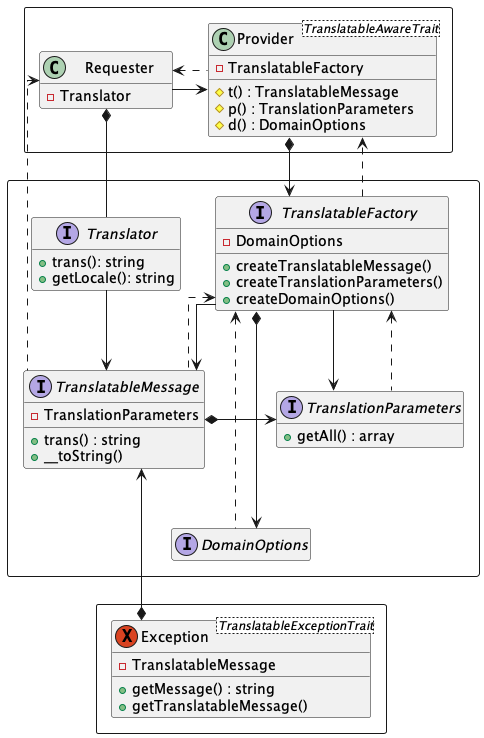
Above: docs/translation/detail.png in php-tuf/composer-stager (PlantUML), before the change. Its source is kept beside it as docs/translation/detail.puml.
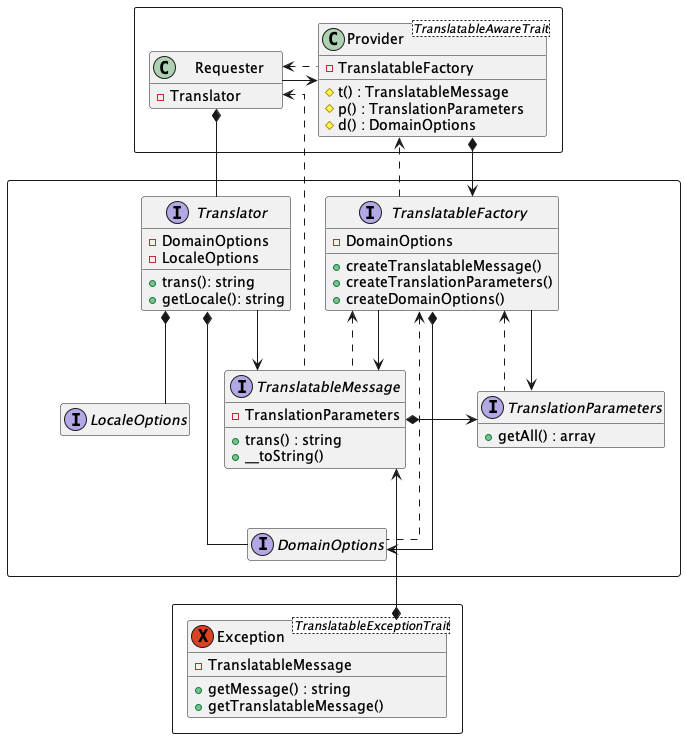
The same file after the commit.

What changed in the source:
```diff
@@ -38,11 +38,16 @@
     }
 
     interface Translator {
+        -DomainOptions
+        -LocaleOptions
         +trans(): string
         +getLocale(): string
     }
 
     interface DomainOptions {
+    }
+
+    interface LocaleOptions {
     }
 
 }
@@ -71,6 +76,9 @@
 
 Requester *-down- Translator
 Translator -down-> TranslatableMessage
+Translator *-down- DomainOptions
+Translator *-down- LocaleOptions
+
 TranslatableMessage .up.> Requester
 
 Exception *-up-> TranslatableMessage
@@ -78,5 +86,4 @@
 Exception -up[hidden]- DomainOptions
 Exception -up[hidden]- DomainOptions
 
-
 @enduml
```
